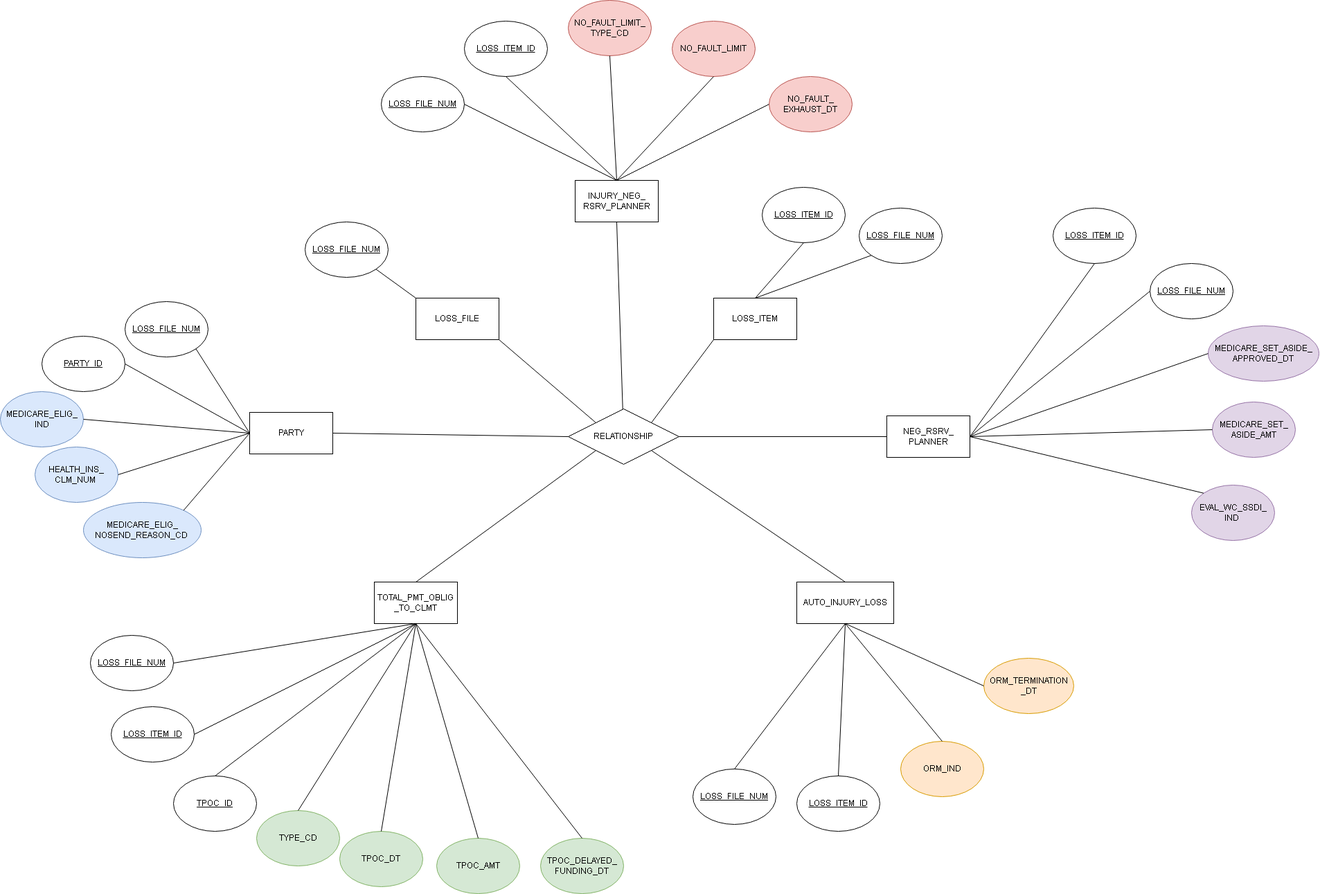
aliu7198/diagrams keeps this draw.io diagram as icu_medicare_tab.drawio.png. Above is the earlier version. Source tidied: cells renumbered, new cells last; positions are measured from the earlier drawing's top-left corner, leaving out a move shared by most shapes.
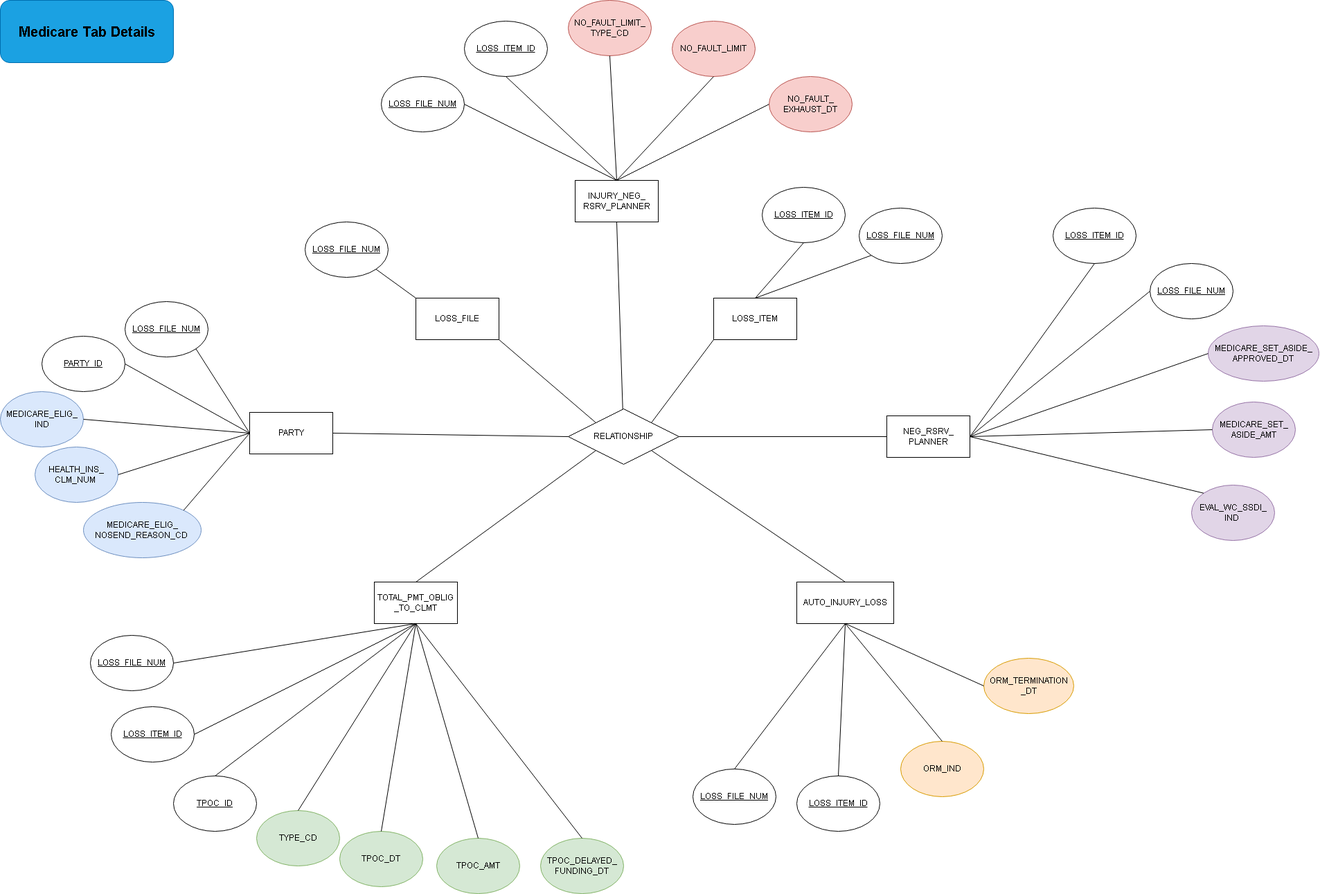
After the commit.

Change to the diagram source:
```diff
@@ -225,5 +225,8 @@
     <mxCell id="74" style="endArrow=none;html=1;rounded=0;exitX=1;exitY=0;exitDx=0;exitDy=0;entryX=0;entryY=1;entryDx=0;entryDy=0;" parent="1" edge="1" source="67" target="61">
       <mxGeometry relative="1" as="geometry" />
     </mxCell>
+    <mxCell id="75" value="&lt;font size=&quot;1&quot; color=&quot;#000000&quot;&gt;&lt;b style=&quot;font-size: 20px;&quot;&gt;Medicare Tab Details&lt;/b&gt;&lt;/font&gt;" style="rounded=1;whiteSpace=wrap;html=1;fillColor=#1ba1e2;fontColor=#ffffff;strokeColor=#006EAF;" parent="1" vertex="1">
+      <mxGeometry width="250" height="90" as="geometry" />
+    </mxCell>
   </root>
 </mxGraphModel>
```
